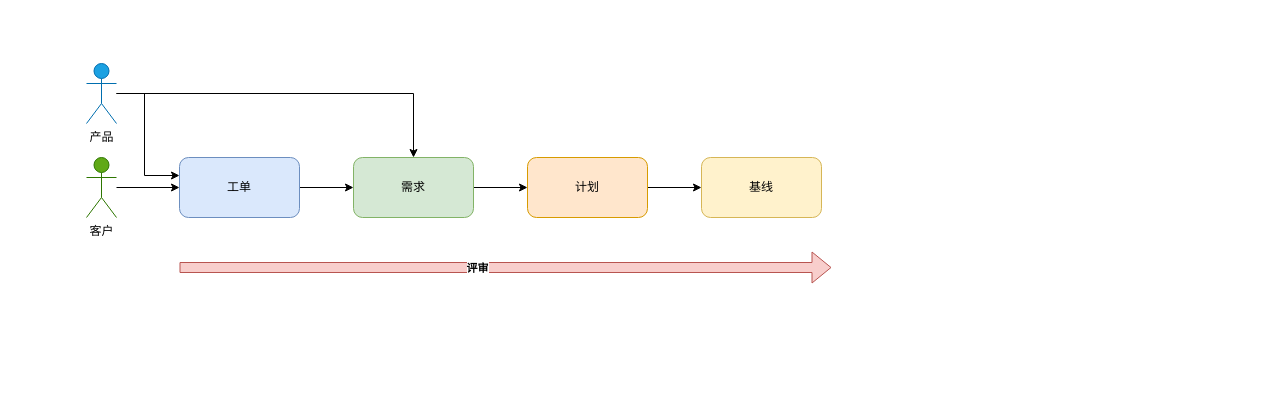
Above: draw/项目管理.drawio in elmagnificogi/elmagnificogi.github.io (draw.io), before the change. Source tidied: cells renumbered, new cells numbered last; positions are measured from the earlier drawing's top-left corner, leaving out a move shared by most shapes. Both pictures are drawn from the tidied source at 100%, with x=0, y=0 at pixel (86, 63).
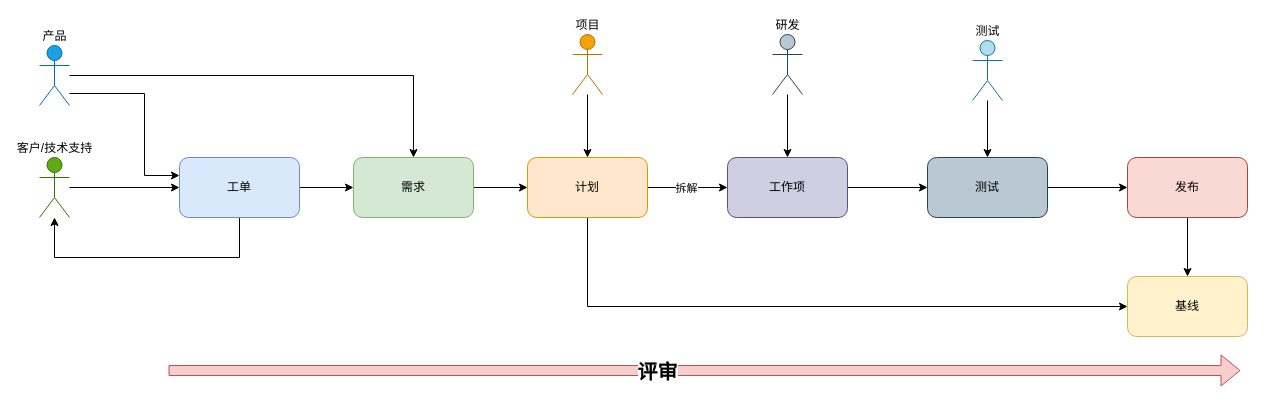
The same diagram, later.

The change refers to these unchanged cells:
```xml
<mxCell id="5" value="计划" style="rounded=1;whiteSpace=wrap;html=1;fillColor=#ffe6cc;strokeColor=#d79b00;" parent="1" vertex="1">
  <mxGeometry x="441" y="94" width="120" height="60" as="geometry" />
</mxCell>
<mxCell id="7" value="工单" style="rounded=1;whiteSpace=wrap;html=1;fillColor=#dae8fc;strokeColor=#6c8ebf;" parent="1" vertex="1">
  <mxGeometry x="93" y="94" width="120" height="60" as="geometry" />
</mxCell>
```

What changed in the source:
```diff
@@
+    <mxCell id="16" style="edgeStyle=orthogonalEdgeStyle;rounded=0;jettySize=auto;html=1;" parent="1" edge="1" source="5" target="22">
+      <mxGeometry relative="1" as="geometry" />
+    </mxCell>
+    <mxCell id="17" value="拆解" style="edgeLabel;html=1;align=center;verticalAlign=middle;" parent="16" vertex="1">
+      <mxGeometry x="-0.05" relative="1" as="geometry" />
+    </mxCell>
-    <mxCell id="4" style="edgeStyle=orthogonalEdgeStyle;rounded=0;jettySize=auto;html=1;" parent="1" edge="1" source="5" target="8">
-      <mxGeometry relative="1" as="geometry" />
+    <mxCell id="4" style="edgeStyle=orthogonalEdgeStyle;rounded=0;jettySize=auto;html=1;entryX=0;entryY=0.5;entryDx=0;entryDy=0;" parent="1" edge="1" source="5" target="8">
+      <mxGeometry relative="1" as="geometry">
+        <Array as="points">
+          <mxPoint x="501" y="243" />
+        </Array>
+      </mxGeometry>
     </mxCell>
@@
+    <mxCell id="18" style="edgeStyle=orthogonalEdgeStyle;rounded=0;jettySize=auto;html=1;" parent="1" edge="1" source="7" target="12">
+      <mxGeometry relative="1" as="geometry">
+        <Array as="points">
+          <mxPoint x="153" y="194" />
+          <mxPoint x="-32" y="194" />
+        </Array>
+      </mxGeometry>
+    </mxCell>
@@
     <mxCell id="8" value="基线" style="rounded=1;whiteSpace=wrap;html=1;fillColor=#fff2cc;strokeColor=#d6b656;" parent="1" vertex="1">
-      <mxGeometry x="615" y="94" width="120" height="60" as="geometry" />
+      <mxGeometry x="1041" y="213" width="120" height="60" as="geometry" />
     </mxCell>
-    <mxCell id="9" style="shape=flexArrow;endArrow=classic;html=1;rounded=0;fillColor=#f8cecc;strokeColor=#b85450;" parent="1" edge="1">
+    <mxCell id="9" style="shape=flexArrow;endArrow=classic;html=1;rounded=0;fillColor=#f8cecc;strokeColor=#b85450;fontSize=23;fontStyle=1;" parent="1" edge="1">
       <mxGeometry relative="1" as="geometry">
-        <mxPoint x="93" y="204" as="sourcePoint" />
-        <mxPoint x="745" y="204" as="targetPoint" />
+        <mxPoint x="82" y="307" as="sourcePoint" />
+        <mxPoint x="1154" y="307" as="targetPoint" />
       </mxGeometry>
     </mxCell>
-    <mxCell id="10" value="评审" style="edgeLabel;html=1;align=center;verticalAlign=middle;fontStyle=1;" parent="9" vertex="1">
+    <mxCell id="10" value="评审" style="edgeLabel;html=1;align=center;verticalAlign=middle;fontStyle=1;fontSize=20;" parent="9" vertex="1">
       <mxGeometry x="-0.09" y="-5" relative="1" as="geometry">
         <mxPoint y="-5" as="offset" />
       </mxGeometry>
     </mxCell>
@@
-    <mxCell id="12" value="客户" style="shape=umlActor;verticalLabelPosition=bottom;verticalAlign=top;html=1;outlineConnect=0;fillColor=#60a917;fontColor=#000000;strokeColor=#2D7600;" parent="1" vertex="1">
-      <mxGeometry y="94" width="30" height="60" as="geometry" />
+    <mxCell id="12" value="客户/技术支持" style="shape=umlActor;verticalLabelPosition=top;verticalAlign=bottom;html=1;outlineConnect=0;fillColor=#60a917;fontColor=#000000;strokeColor=#2D7600;labelPosition=center;align=center;" parent="1" vertex="1">
+      <mxGeometry x="-47" y="94" width="30" height="60" as="geometry" />
     </mxCell>
@@
-    <mxCell id="15" value="产品" style="shape=umlActor;verticalLabelPosition=bottom;verticalAlign=top;html=1;outlineConnect=0;fillColor=#1ba1e2;fontColor=default;strokeColor=#006EAF;" parent="1" vertex="1">
-      <mxGeometry width="30" height="60" as="geometry" />
+    <mxCell id="15" value="产品" style="shape=umlActor;verticalLabelPosition=top;verticalAlign=bottom;html=1;outlineConnect=0;fillColor=#1ba1e2;fontColor=default;strokeColor=#006EAF;labelPosition=center;align=center;" parent="1" vertex="1">
+      <mxGeometry x="-47" y="-18" width="30" height="60" as="geometry" />
     </mxCell>
+    <mxCell id="19" style="edgeStyle=orthogonalEdgeStyle;rounded=0;jettySize=auto;html=1;" parent="1" edge="1" source="20" target="5">
+      <mxGeometry relative="1" as="geometry" />
+    </mxCell>
+    <mxCell id="20" value="项目" style="shape=umlActor;verticalLabelPosition=top;verticalAlign=bottom;html=1;outlineConnect=0;fillColor=#f0a30a;fontColor=#000000;strokeColor=#BD7000;labelPosition=center;align=center;" parent="1" vertex="1">
+      <mxGeometry x="486" y="-29" width="30" height="60" as="geometry" />
+    </mxCell>
+    <mxCell id="21" style="edgeStyle=orthogonalEdgeStyle;rounded=0;jettySize=auto;html=1;" parent="1" edge="1" source="22" target="24">
+      <mxGeometry relative="1" as="geometry" />
+    </mxCell>
+    <mxCell id="22" value="工作项" style="rounded=1;whiteSpace=wrap;html=1;fillColor=#d0cee2;strokeColor=#56517e;" parent="1" vertex="1">
+      <mxGeometry x="641" y="94" width="120" height="60" as="geometry" />
+    </mxCell>
+    <mxCell id="23" style="edgeStyle=orthogonalEdgeStyle;rounded=0;jettySize=auto;html=1;" parent="1" edge="1" source="24" target="26">
+      <mxGeometry relative="1" as="geometry" />
+    </mxCell>
+    <mxCell id="24" value="测试" style="rounded=1;whiteSpace=wrap;html=1;fillColor=#bac8d3;strokeColor=#23445d;" parent="1" vertex="1">
+      <mxGeometry x="841" y="94" width="120" height="60" as="geometry" />
+    </mxCell>
+    <mxCell id="25" style="edgeStyle=orthogonalEdgeStyle;rounded=0;jettySize=auto;html=1;" parent="1" edge="1" source="26" target="8">
+      <mxGeometry relative="1" as="geometry" />
+    </mxCell>
+    <mxCell id="26" value="发布" style="rounded=1;whiteSpace=wrap;html=1;fillColor=#fad9d5;strokeColor=#ae4132;" parent="1" vertex="1">
+      <mxGeometry x="1041" y="94" width="120" height="60" as="geometry" />
+    </mxCell>
+    <mxCell id="27" style="edgeStyle=orthogonalEdgeStyle;rounded=0;jettySize=auto;html=1;" parent="1" edge="1" source="28" target="22">
+      <mxGeometry relative="1" as="geometry" />
+    </mxCell>
+    <mxCell id="28" value="研发" style="shape=umlActor;verticalLabelPosition=top;verticalAlign=bottom;html=1;outlineConnect=0;fillColor=#bac8d3;strokeColor=#23445d;labelPosition=center;align=center;" parent="1" vertex="1">
+      <mxGeometry x="686" y="-29" width="30" height="60" as="geometry" />
+    </mxCell>
+    <mxCell id="29" style="edgeStyle=orthogonalEdgeStyle;rounded=0;jettySize=auto;html=1;" parent="1" edge="1" source="30" target="24">
+      <mxGeometry relative="1" as="geometry" />
+    </mxCell>
+    <mxCell id="30" value="测试" style="shape=umlActor;verticalLabelPosition=top;verticalAlign=bottom;html=1;outlineConnect=0;fillColor=#b1ddf0;strokeColor=#10739e;labelPosition=center;align=center;" parent="1" vertex="1">
+      <mxGeometry x="886" y="-23" width="30" height="60" as="geometry" />
+    </mxCell>
```
